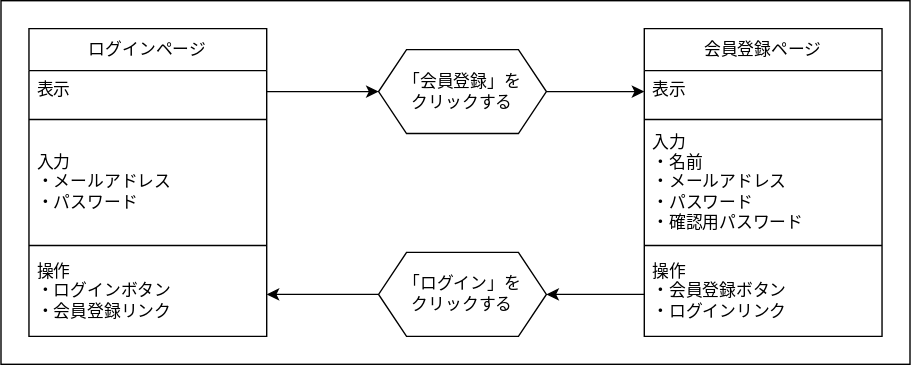
ryamao/atte keeps this draw.io diagram as doc/画面遷移図/認証ページ/認証ページ間.drawio.svg. Above is the earlier version. Source tidied: cells renumbered, new cells last; positions are measured from the earlier drawing's top-left corner, leaving out a move shared by most shapes.
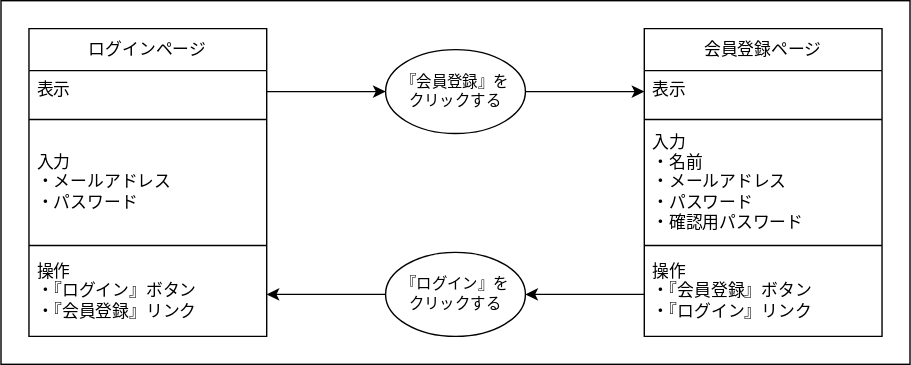
Above is the later version.

What changed in the source:
```diff
@@ -20,7 +20,7 @@
     <mxCell id="7" style="line;strokeWidth=1;html=1;" parent="3" vertex="1">
       <mxGeometry y="150" width="170" height="10" as="geometry" />
     </mxCell>
-    <mxCell id="8" value="操作&lt;br&gt;・会員登録ボタン&lt;br&gt;・ログインリンク" style="text;strokeColor=none;fillColor=none;align=left;verticalAlign=top;spacingLeft=4;spacingRight=4;overflow=hidden;points=[[0,0.5],[1,0.5]];portConstraint=eastwest;whiteSpace=wrap;html=1;strokeWidth=1;" parent="3" vertex="1">
+    <mxCell id="8" value="操作&lt;br&gt;・『会員登録』ボタン&lt;br&gt;・『ログイン』リンク" style="text;strokeColor=none;fillColor=none;align=left;verticalAlign=top;spacingLeft=4;spacingRight=4;overflow=hidden;points=[[0,0.5],[1,0.5]];portConstraint=eastwest;whiteSpace=wrap;html=1;strokeWidth=1;" parent="3" vertex="1">
       <mxGeometry y="160" width="170" height="60" as="geometry" />
     </mxCell>
     <mxCell id="9" value="ログインページ" style="swimlane;fontStyle=0;horizontal=1;startSize=30;whiteSpace=wrap;html=1;flipH=1;flipV=0;" parent="1" vertex="1">
@@ -38,28 +38,28 @@
     <mxCell id="13" style="line;strokeWidth=1;html=1;" parent="9" vertex="1">
       <mxGeometry y="150" width="170" height="10" as="geometry" />
     </mxCell>
-    <mxCell id="14" value="操作&lt;br&gt;・ログインボタン&lt;br&gt;・会員登録リンク" style="text;strokeColor=none;fillColor=none;align=left;verticalAlign=top;spacingLeft=4;spacingRight=4;overflow=hidden;whiteSpace=wrap;html=1;strokeWidth=1;" parent="9" vertex="1">
+    <mxCell id="14" value="操作&lt;br&gt;・『ログイン』ボタン&lt;br&gt;・『会員登録』リンク" style="text;strokeColor=none;fillColor=none;align=left;verticalAlign=top;spacingLeft=4;spacingRight=4;overflow=hidden;whiteSpace=wrap;html=1;strokeWidth=1;" parent="9" vertex="1">
       <mxGeometry y="160" width="170" height="60" as="geometry" />
     </mxCell>
-    <mxCell id="15" style="edgeStyle=none;html=1;exitX=0;exitY=0.5;exitDx=0;exitDy=0;" parent="1" edge="1" source="16">
+    <mxCell id="15" style="edgeStyle=none;html=1;exitX=0;exitY=0.5;exitDx=0;exitDy=0;" parent="1" edge="1" source="23">
       <mxGeometry relative="1" as="geometry">
         <mxPoint x="190" y="210" as="targetPoint" />
       </mxGeometry>
     </mxCell>
-    <mxCell id="16" value="「ログイン」を&lt;br&gt;クリックする" style="shape=hexagon;perimeter=hexagonPerimeter2;whiteSpace=wrap;html=1;fixedSize=1;strokeWidth=1;" parent="1" vertex="1">
-      <mxGeometry x="270" y="180" width="120" height="60" as="geometry" />
-    </mxCell>
-    <mxCell id="17" style="edgeStyle=none;html=1;exitX=1;exitY=0.5;exitDx=0;exitDy=0;" parent="1" edge="1" source="18" target="4">
-      <mxGeometry relative="1" as="geometry" />
-    </mxCell>
-    <mxCell id="18" value="「会員登録」を&lt;br&gt;クリックする" style="shape=hexagon;perimeter=hexagonPerimeter2;whiteSpace=wrap;html=1;fixedSize=1;strokeWidth=1;" parent="1" vertex="1">
-      <mxGeometry x="270" y="35" width="120" height="60" as="geometry" />
-    </mxCell>
-    <mxCell id="19" style="edgeStyle=none;html=1;exitX=1;exitY=0.5;exitDx=0;exitDy=0;entryX=0;entryY=0.5;entryDx=0;entryDy=0;" parent="1" edge="1" source="10" target="18">
+    <mxCell id="19" style="edgeStyle=none;html=1;exitX=1;exitY=0.5;exitDx=0;exitDy=0;entryX=0;entryY=0.5;entryDx=0;entryDy=0;" parent="1" edge="1" source="10" target="22">
       <mxGeometry relative="1" as="geometry" />
     </mxCell>
-    <mxCell id="20" style="edgeStyle=none;html=1;exitX=0;exitY=0.5;exitDx=0;exitDy=0;entryX=1;entryY=0.5;entryDx=0;entryDy=0;" parent="1" edge="1" source="8" target="16">
+    <mxCell id="20" style="edgeStyle=none;html=1;exitX=0;exitY=0.5;exitDx=0;exitDy=0;entryX=1;entryY=0.5;entryDx=0;entryDy=0;" parent="1" edge="1" source="8" target="23">
       <mxGeometry relative="1" as="geometry" />
     </mxCell>
+    <mxCell id="21" style="edgeStyle=none;html=1;exitX=1;exitY=0.5;exitDx=0;exitDy=0;entryX=0;entryY=0.5;entryDx=0;entryDy=0;fontSize=11;" parent="1" edge="1" source="22" target="4">
+      <mxGeometry relative="1" as="geometry" />
+    </mxCell>
+    <mxCell id="22" value="『会員登録』を&lt;br&gt;クリックする" style="ellipse;whiteSpace=wrap;html=1;fontSize=11;" parent="1" vertex="1">
+      <mxGeometry x="275" y="35" width="100" height="60" as="geometry" />
+    </mxCell>
+    <mxCell id="23" value="『ログイン』を&lt;br&gt;クリックする" style="ellipse;whiteSpace=wrap;html=1;fontSize=11;" parent="1" vertex="1">
+      <mxGeometry x="275" y="180" width="100" height="60" as="geometry" />
+    </mxCell>
   </root>
 </mxGraphModel>
```
